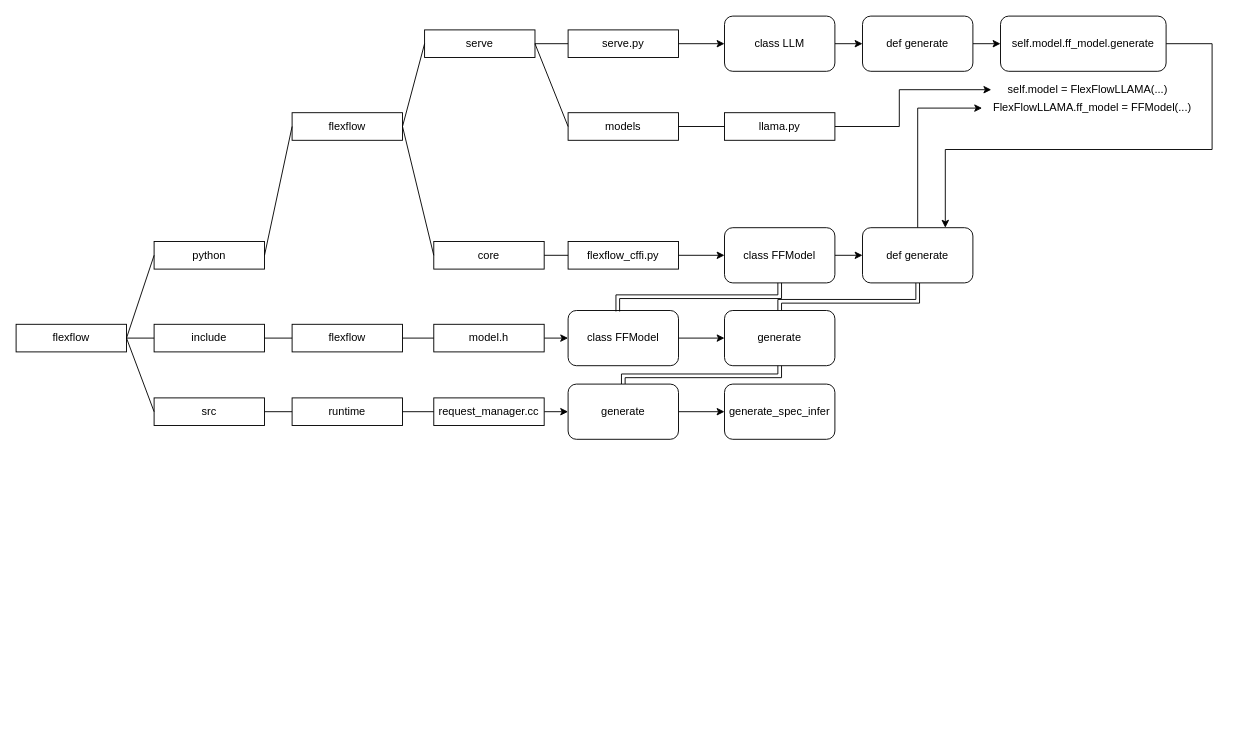
KnowingNothing/ZSZ_Samples keeps this draw.io diagram as study/system/flexflow_spec_infer_logic.drawio. Above is the earlier version. Source tidied: cells renumbered, new cells numbered last; positions are measured from the earlier drawing's top-left corner, leaving out a move shared by most shapes. Both pictures are drawn from the tidied source at 92%, with x=0, y=0 at pixel (16, 16).
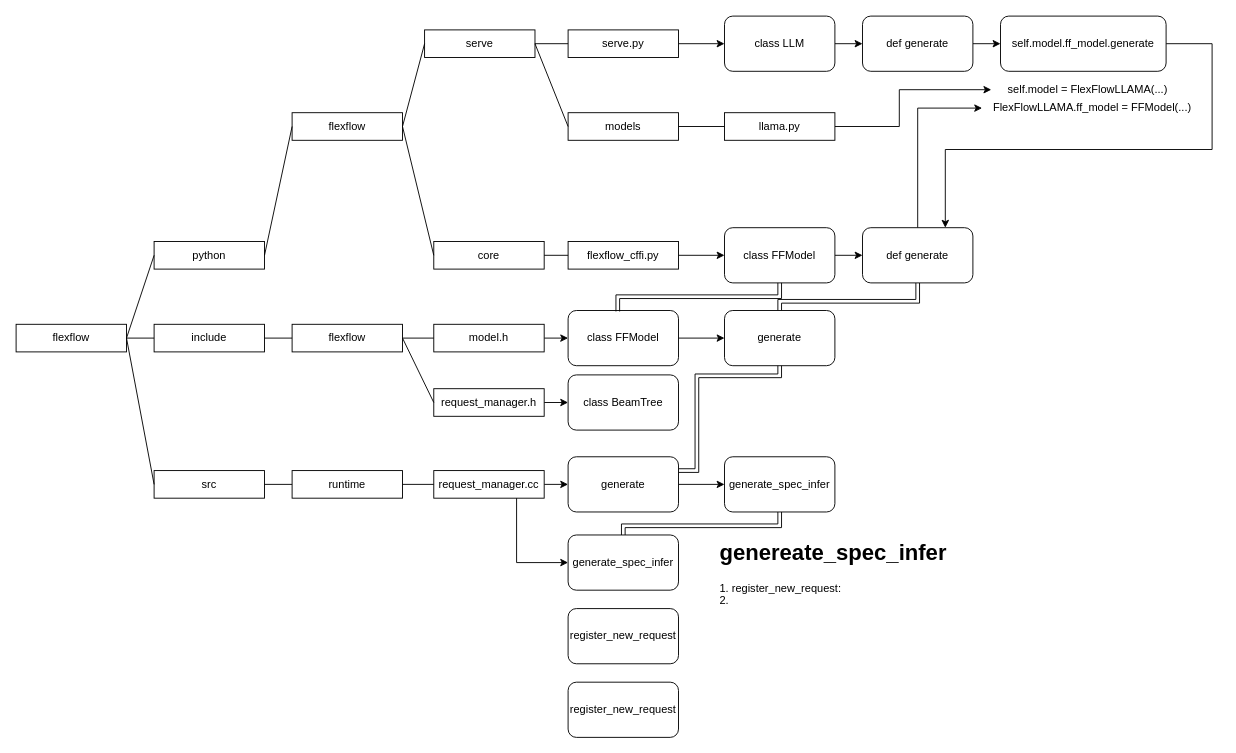
After the change.

Unchanged cells that the change refers to:
```xml
<mxCell id="37" value="flexflow" style="rounded=0;whiteSpace=wrap;html=1;" parent="1" vertex="1">
  <mxGeometry x="300" y="335" width="120" height="30" as="geometry" />
</mxCell>
```

The edit, as a diff of the source:
```diff
@@
-    <mxCell id="45" style="edgeStyle=orthogonalEdgeStyle;rounded=0;jettySize=auto;html=1;exitX=0.5;exitY=1;exitDx=0;exitDy=0;entryX=0.5;entryY=0;entryDx=0;entryDy=0;shape=link;" parent="1" edge="1" target="55">
+    <mxCell id="45" style="edgeStyle=orthogonalEdgeStyle;rounded=0;jettySize=auto;html=1;exitX=0.5;exitY=1;exitDx=0;exitDy=0;entryX=1;entryY=0.25;entryDx=0;entryDy=0;shape=link;" parent="1" edge="1" target="55">
       <mxGeometry relative="1" as="geometry">
         <mxPoint x="830" y="376" as="sourcePoint" />
         <Array as="points">
           <mxPoint x="830" y="391" />
-          <mxPoint x="660" y="391" />
+          <mxPoint x="740" y="391" />
+          <mxPoint x="740" y="494" />
         </Array>
       </mxGeometry>
     </mxCell>
@@
     <mxCell id="47" value="src" style="rounded=0;whiteSpace=wrap;html=1;" parent="1" vertex="1">
-      <mxGeometry x="150" y="415" width="120" height="30" as="geometry" />
+      <mxGeometry x="150" y="494" width="120" height="30" as="geometry" />
     </mxCell>
@@
     <mxCell id="49" value="runtime" style="rounded=0;whiteSpace=wrap;html=1;" parent="1" vertex="1">
-      <mxGeometry x="300" y="415" width="120" height="30" as="geometry" />
+      <mxGeometry x="300" y="494" width="120" height="30" as="geometry" />
     </mxCell>
@@
     <mxCell id="52" value="request_manager.cc" style="rounded=0;whiteSpace=wrap;html=1;" parent="1" vertex="1">
-      <mxGeometry x="454" y="415" width="120" height="30" as="geometry" />
+      <mxGeometry x="454" y="494" width="120" height="30" as="geometry" />
     </mxCell>
@@
     <mxCell id="55" value="generate" style="rounded=1;whiteSpace=wrap;html=1;" parent="1" vertex="1">
-      <mxGeometry x="600" y="400" width="120" height="60" as="geometry" />
+      <mxGeometry x="600" y="479" width="120" height="60" as="geometry" />
     </mxCell>
+    <mxCell id="57" style="edgeStyle=orthogonalEdgeStyle;rounded=0;jettySize=auto;html=1;exitX=0.5;exitY=1;exitDx=0;exitDy=0;entryX=0.5;entryY=0;entryDx=0;entryDy=0;shape=link;" parent="1" edge="1" source="56" target="58">
+      <mxGeometry relative="1" as="geometry">
+        <Array as="points">
+          <mxPoint x="830" y="554" />
+          <mxPoint x="660" y="554" />
+        </Array>
+      </mxGeometry>
+    </mxCell>
     <mxCell id="56" value="generate_spec_infer" style="rounded=1;whiteSpace=wrap;html=1;" parent="1" vertex="1">
-      <mxGeometry x="770" y="400" width="120" height="60" as="geometry" />
+      <mxGeometry x="770" y="479" width="120" height="60" as="geometry" />
     </mxCell>
+    <mxCell id="58" value="generate_spec_infer" style="rounded=1;whiteSpace=wrap;html=1;" parent="1" vertex="1">
+      <mxGeometry x="600" y="564" width="120" height="60" as="geometry" />
+    </mxCell>
+    <mxCell id="59" style="edgeStyle=orthogonalEdgeStyle;rounded=0;jettySize=auto;html=1;exitX=0.75;exitY=1;exitDx=0;exitDy=0;entryX=0;entryY=0.5;entryDx=0;entryDy=0;" parent="1" edge="1" source="52" target="58">
+      <mxGeometry relative="1" as="geometry">
+        <Array as="points">
+          <mxPoint x="544" y="594" />
+        </Array>
+      </mxGeometry>
+    </mxCell>
+    <mxCell id="60" value="&lt;h1&gt;genereate_spec_infer&lt;/h1&gt;&lt;div&gt;1. register_new_request:&amp;nbsp;&lt;/div&gt;&lt;div&gt;2.&amp;nbsp;&lt;/div&gt;" style="text;html=1;strokeColor=none;fillColor=none;spacing=5;spacingTop=-20;whiteSpace=wrap;overflow=hidden;rounded=0;" parent="1" vertex="1">
+      <mxGeometry x="760" y="564" width="410" height="120" as="geometry" />
+    </mxCell>
+    <mxCell id="61" value="register_new_request" style="rounded=1;whiteSpace=wrap;html=1;" parent="1" vertex="1">
+      <mxGeometry x="600" y="644" width="120" height="60" as="geometry" />
+    </mxCell>
+    <mxCell id="62" value="register_new_request" style="rounded=1;whiteSpace=wrap;html=1;" parent="1" vertex="1">
+      <mxGeometry x="600" y="724" width="120" height="60" as="geometry" />
+    </mxCell>
+    <mxCell id="63" style="edgeStyle=orthogonalEdgeStyle;rounded=0;jettySize=auto;html=1;exitX=1;exitY=0.5;exitDx=0;exitDy=0;entryX=0;entryY=0.5;entryDx=0;entryDy=0;" parent="1" edge="1" source="64" target="66">
+      <mxGeometry relative="1" as="geometry" />
+    </mxCell>
+    <mxCell id="64" value="request_manager.h" style="rounded=0;whiteSpace=wrap;html=1;" parent="1" vertex="1">
+      <mxGeometry x="454" y="405" width="120" height="30" as="geometry" />
+    </mxCell>
+    <mxCell id="65" style="endArrow=none;html=1;rounded=0;entryX=0;entryY=0.5;entryDx=0;entryDy=0;exitX=1;exitY=0.5;exitDx=0;exitDy=0;" parent="1" edge="1" source="37" target="64">
+      <mxGeometry relative="1" as="geometry" />
+    </mxCell>
+    <mxCell id="66" value="class BeamTree" style="rounded=1;whiteSpace=wrap;html=1;" parent="1" vertex="1">
+      <mxGeometry x="600" y="390" width="120" height="60" as="geometry" />
+    </mxCell>
```
